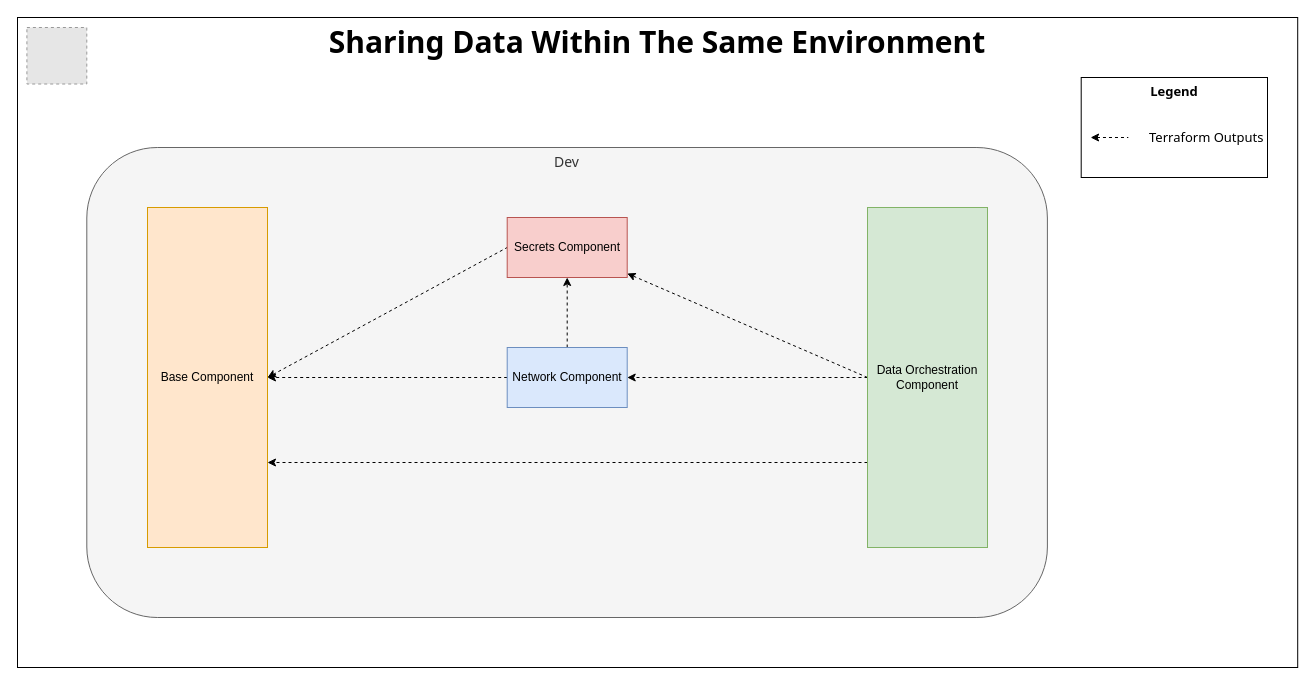
Above: docs/user/assets/adp_sharing_data_within_the_same_environment.drawio in rising-star92/python-azure-data-paltform (draw.io), before the change. Source tidied: cells renumbered, new cells numbered last; positions are measured from the earlier drawing's top-left corner, leaving out a move shared by most shapes. Both pictures are drawn from the tidied source at 100%, with x=0, y=0 at pixel (17, 17). Pictures stored in the file or linked from it are replaced by grey dashed boxes.
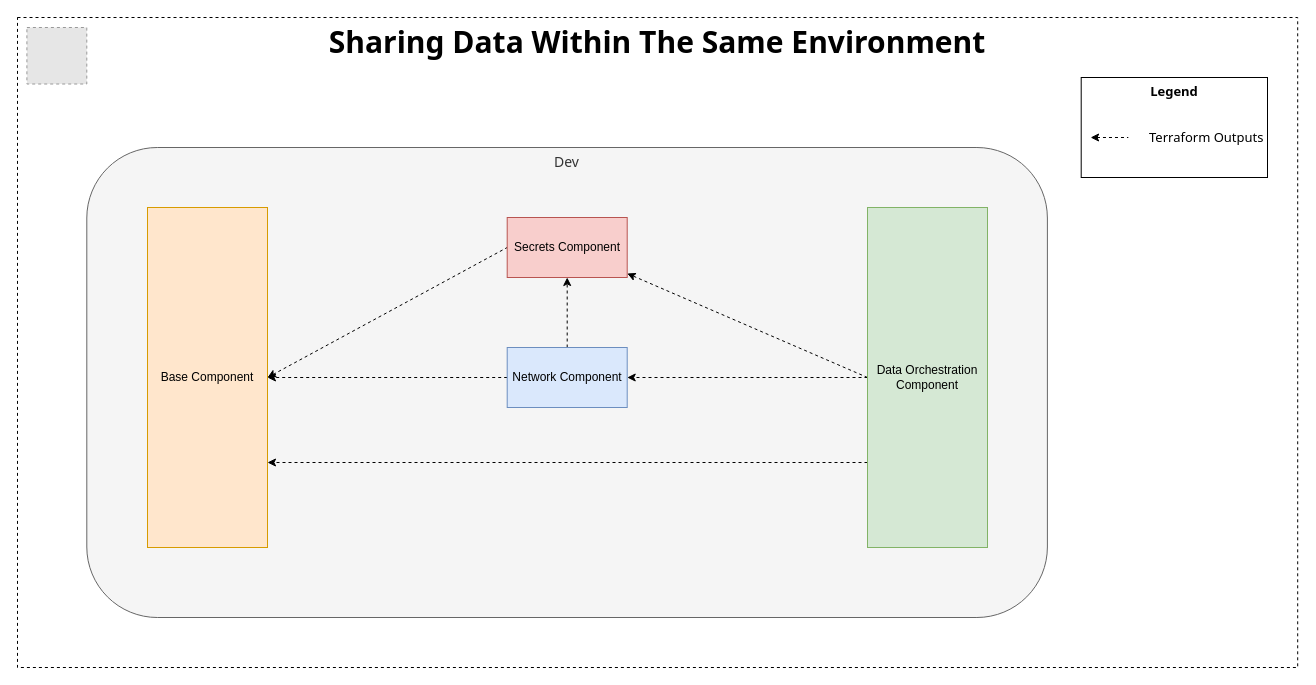
The same diagram, later.

Change to the diagram source:
```diff
@@
 <mxGraphModel>
   <root>
     <mxCell id="0" />
     <mxCell id="1" parent="0" />
-    <mxCell id="2" value="&lt;span style=&quot;font-size: 30px&quot;&gt;&lt;b&gt;Sharing Data Within The Same Environment&lt;/b&gt;&lt;br style=&quot;font-size: 30px&quot;&gt;&lt;/span&gt;" style="rounded=0;whiteSpace=wrap;html=1;verticalAlign=top;fontSize=30;fontFamily=Tahoma;fontStyle=0;" parent="1" vertex="1">
+    <mxCell id="2" value="&lt;span style=&quot;font-size: 30px&quot;&gt;&lt;b&gt;Sharing Data Within The Same Environment&lt;/b&gt;&lt;br style=&quot;font-size: 30px&quot;&gt;&lt;/span&gt;" style="rounded=0;whiteSpace=wrap;html=1;verticalAlign=top;fontSize=30;fontFamily=Tahoma;fontStyle=0;dashed=1;" parent="1" vertex="1">
       <mxGeometry width="1280.2" height="650" as="geometry" />
     </mxCell>
     <mxCell id="3" style="fillColor=#E6E6E6;strokeColor=#999999;dashed=1;verticalLabelPosition=bottom;verticalAlign=top;fontStyle=0;fontFamily=Tahoma;labelPosition=center;align=center;" parent="1" vertex="1">
       <mxGeometry x="9.4" y="10" width="59.9" height="56.5" as="geometry" />
     </mxCell>
     <mxCell id="4" value="Dev" style="rounded=1;whiteSpace=wrap;html=1;fontSize=14;fillColor=#f5f5f5;strokeColor=#666666;fontStyle=0;fontFamily=Tahoma;sketch=0;fontColor=#333333;verticalAlign=top;" parent="1" vertex="1">
       <mxGeometry x="69.3" y="130" width="960.6" height="470" as="geometry" />
     </mxCell>
     <mxCell id="5" style="rounded=0;jettySize=auto;html=1;entryX=0;entryY=0.5;entryDx=0;entryDy=0;strokeWidth=1;startArrow=classic;startFill=1;endArrow=none;endFill=0;dashed=1;exitX=1;exitY=0.5;exitDx=0;exitDy=0;" parent="1" edge="1" source="6" target="7">
       <mxGeometry relative="1" as="geometry" />
     </mxCell>
     <mxCell id="6" value="Base Component" style="rounded=0;whiteSpace=wrap;html=1;fillColor=#ffe6cc;strokeColor=#d79b00;" parent="1" vertex="1">
       <mxGeometry x="130" y="190" width="120" height="340" as="geometry" />
     </mxCell>
     <mxCell id="7" value="Secrets Component" style="rounded=0;whiteSpace=wrap;html=1;fillColor=#f8cecc;strokeColor=#b85450;" parent="1" vertex="1">
       <mxGeometry x="489.7" y="200" width="120" height="60" as="geometry" />
     </mxCell>
     <mxCell id="8" style="edgeStyle=orthogonalEdgeStyle;rounded=0;jettySize=auto;html=1;startArrow=none;startFill=0;endArrow=classic;endFill=1;strokeWidth=1;dashed=1;" parent="1" edge="1" source="10" target="6">
       <mxGeometry relative="1" as="geometry" />
     </mxCell>
     <mxCell id="9" style="edgeStyle=orthogonalEdgeStyle;rounded=0;jettySize=auto;html=1;entryX=0.5;entryY=1;entryDx=0;entryDy=0;startArrow=none;startFill=0;endArrow=classic;endFill=1;strokeWidth=1;dashed=1;" parent="1" edge="1" source="10" target="7">
       <mxGeometry relative="1" as="geometry" />
     </mxCell>
     <mxCell id="10" value="Network Component" style="rounded=0;whiteSpace=wrap;html=1;fillColor=#dae8fc;strokeColor=#6c8ebf;" parent="1" vertex="1">
       <mxGeometry x="489.7" y="330" width="120" height="60" as="geometry" />
     </mxCell>
     <mxCell id="11" style="rounded=0;jettySize=auto;html=1;startArrow=none;startFill=0;endArrow=classic;endFill=1;strokeWidth=1;dashed=1;fillColor=#f8cecc;exitX=0;exitY=0.5;exitDx=0;exitDy=0;" parent="1" edge="1" source="14" target="7">
       <mxGeometry relative="1" as="geometry" />
     </mxCell>
     <mxCell id="12" style="rounded=0;jettySize=auto;html=1;entryX=1;entryY=0.5;entryDx=0;entryDy=0;startArrow=none;startFill=0;endArrow=classic;endFill=1;strokeWidth=1;exitX=0;exitY=0.5;exitDx=0;exitDy=0;dashed=1;fillColor=#dae8fc;" parent="1" edge="1" source="14" target="10">
       <mxGeometry relative="1" as="geometry" />
     </mxCell>
     <mxCell id="13" style="edgeStyle=none;rounded=0;jettySize=auto;html=1;exitX=0;exitY=0.75;exitDx=0;exitDy=0;entryX=1;entryY=0.75;entryDx=0;entryDy=0;dashed=1;startArrow=none;startFill=0;endArrow=classic;endFill=1;strokeColor=#000000;strokeWidth=1;" parent="1" edge="1" source="14" target="6">
       <mxGeometry relative="1" as="geometry" />
     </mxCell>
     <mxCell id="14" value="Data Orchestration&lt;br&gt;Component" style="rounded=0;whiteSpace=wrap;html=1;fillColor=#d5e8d4;strokeColor=#82b366;" parent="1" vertex="1">
       <mxGeometry x="850" y="190" width="120" height="340" as="geometry" />
     </mxCell>
     <mxCell id="15" value="Legend" style="rounded=0;whiteSpace=wrap;html=1;sketch=0;fontFamily=Tahoma;fontSize=13;verticalAlign=top;fontStyle=1;" parent="1" vertex="1">
       <mxGeometry x="1063.7" y="60" width="186.3" height="100" as="geometry" />
     </mxCell>
     <mxCell id="16" style="edgeStyle=none;rounded=0;orthogonalLoop=1;jettySize=auto;html=1;fontFamily=Tahoma;fontSize=30;startArrow=classic;startFill=1;endArrow=none;endFill=0;fillColor=#f8cecc;strokeWidth=1;dashed=1;" parent="1" edge="1">
       <mxGeometry x="1103.7" y="140" as="geometry">
         <mxPoint x="1073.1" y="120" as="sourcePoint" />
         <mxPoint x="1110.8" y="120" as="targetPoint" />
       </mxGeometry>
     </mxCell>
     <mxCell id="17" value="Terraform Outputs" style="text;html=1;align=left;verticalAlign=middle;fillColor=none;strokeColor=none;rounded=0;sketch=1;fontFamily=Tahoma;fontSize=13;" parent="1" vertex="1">
       <mxGeometry x="1129.6" y="110" width="120" height="20" as="geometry" />
     </mxCell>
   </root>
 </mxGraphModel>
```
